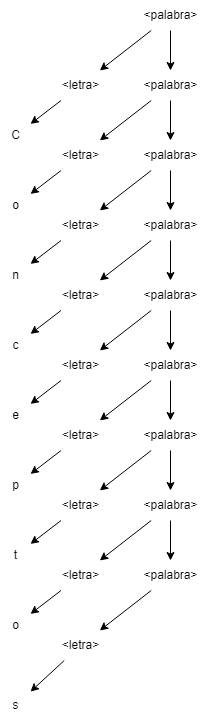
The draw.io diagram 1er_semestre/CPLP/Practicas/Practicas_resueltas/Practica_2/Ejercicio_8_a_CPLP.drawio.png in Pedro0604/3ro-LS-LI-APU, before a commit. Source tidied: cells renumbered, new cells last; positions are measured from the earlier drawing's top-left corner, leaving out a move shared by most shapes. Its diagram source:
```xml
<mxGraphModel>
  <root>
    <mxCell id="0" />
    <mxCell id="1" parent="0" />
    <mxCell id="2" style="edgeStyle=none;rounded=0;jettySize=auto;html=1;" parent="1" edge="1" source="4" target="6">
      <mxGeometry relative="1" as="geometry" />
    </mxCell>
    <mxCell id="3" style="edgeStyle=none;rounded=0;jettySize=auto;html=1;" parent="1" edge="1" source="4" target="9">
      <mxGeometry relative="1" as="geometry" />
    </mxCell>
    <mxCell id="4" value="&amp;lt;palabra&amp;gt;" style="text;html=1;align=center;verticalAlign=middle;points=[];strokeColor=none;fillColor=none;" parent="1" vertex="1">
      <mxGeometry x="130" width="80" height="30" as="geometry" />
    </mxCell>
    <mxCell id="5" style="edgeStyle=none;rounded=0;jettySize=auto;html=1;" parent="1" edge="1" source="6" target="28">
      <mxGeometry relative="1" as="geometry" />
    </mxCell>
    <mxCell id="6" value="&lt;div&gt;&amp;lt;letra&amp;gt;&lt;/div&gt;" style="text;html=1;align=center;verticalAlign=middle;points=[];strokeColor=none;fillColor=none;" parent="1" vertex="1">
      <mxGeometry x="50" y="70" width="60" height="30" as="geometry" />
    </mxCell>
    <mxCell id="7" style="edgeStyle=none;rounded=0;jettySize=auto;html=1;" parent="1" edge="1" source="9" target="12">
      <mxGeometry relative="1" as="geometry" />
    </mxCell>
    <mxCell id="8" style="edgeStyle=none;rounded=0;jettySize=auto;html=1;" parent="1" edge="1" source="9" target="23">
      <mxGeometry relative="1" as="geometry" />
    </mxCell>
    <mxCell id="9" value="&amp;lt;palabra&amp;gt;" style="text;html=1;align=center;verticalAlign=middle;points=[];strokeColor=none;fillColor=none;" parent="1" vertex="1">
      <mxGeometry x="130" y="70" width="80" height="30" as="geometry" />
    </mxCell>
    <mxCell id="10" style="edgeStyle=none;rounded=0;jettySize=auto;html=1;" parent="1" edge="1" source="12" target="15">
      <mxGeometry relative="1" as="geometry" />
    </mxCell>
    <mxCell id="11" style="edgeStyle=none;rounded=0;jettySize=auto;html=1;" parent="1" edge="1" source="12" target="26">
      <mxGeometry relative="1" as="geometry" />
    </mxCell>
    <mxCell id="12" value="&lt;div&gt;&amp;lt;palabra&amp;gt;&lt;br&gt;&lt;/div&gt;" style="text;html=1;align=center;verticalAlign=middle;points=[];strokeColor=none;fillColor=none;" parent="1" vertex="1">
      <mxGeometry x="130" y="140" width="80" height="30" as="geometry" />
    </mxCell>
    <mxCell id="13" style="edgeStyle=none;rounded=0;jettySize=auto;html=1;" parent="1" edge="1" source="15" target="18">
      <mxGeometry relative="1" as="geometry" />
    </mxCell>
    <mxCell id="14" style="edgeStyle=none;rounded=0;jettySize=auto;html=1;" parent="1" edge="1" source="15" target="30">
      <mxGeometry relative="1" as="geometry" />
    </mxCell>
    <mxCell id="15" value="&lt;div&gt;&amp;lt;palabra&amp;gt;&lt;br&gt;&lt;/div&gt;" style="text;html=1;align=center;verticalAlign=middle;points=[];strokeColor=none;fillColor=none;" parent="1" vertex="1">
      <mxGeometry x="130" y="210" width="80" height="30" as="geometry" />
    </mxCell>
    <mxCell id="16" style="edgeStyle=none;rounded=0;jettySize=auto;html=1;" parent="1" edge="1" source="18" target="21">
      <mxGeometry relative="1" as="geometry" />
    </mxCell>
    <mxCell id="17" style="edgeStyle=none;rounded=0;jettySize=auto;html=1;" parent="1" edge="1" source="18" target="32">
      <mxGeometry relative="1" as="geometry" />
    </mxCell>
    <mxCell id="18" value="&lt;div&gt;&amp;lt;palabra&amp;gt;&lt;br&gt;&lt;/div&gt;" style="text;html=1;align=center;verticalAlign=middle;points=[];strokeColor=none;fillColor=none;" parent="1" vertex="1">
      <mxGeometry x="130" y="280" width="80" height="30" as="geometry" />
    </mxCell>
    <mxCell id="19" style="edgeStyle=none;rounded=0;jettySize=auto;html=1;" parent="1" edge="1" source="21" target="35">
      <mxGeometry relative="1" as="geometry" />
    </mxCell>
    <mxCell id="20" style="edgeStyle=none;rounded=0;jettySize=auto;html=1;" parent="1" edge="1" source="21" target="37">
      <mxGeometry relative="1" as="geometry" />
    </mxCell>
    <mxCell id="21" value="&lt;div&gt;&amp;lt;palabra&amp;gt;&lt;br&gt;&lt;/div&gt;" style="text;html=1;align=center;verticalAlign=middle;points=[];strokeColor=none;fillColor=none;" parent="1" vertex="1">
      <mxGeometry x="130" y="350" width="80" height="30" as="geometry" />
    </mxCell>
    <mxCell id="22" style="edgeStyle=none;rounded=0;jettySize=auto;html=1;" parent="1" edge="1" source="23" target="24">
      <mxGeometry relative="1" as="geometry" />
    </mxCell>
    <mxCell id="23" value="&amp;lt;letra&amp;gt;" style="text;html=1;align=center;verticalAlign=middle;points=[];strokeColor=none;fillColor=none;" parent="1" vertex="1">
      <mxGeometry x="50" y="140" width="60" height="30" as="geometry" />
    </mxCell>
    <mxCell id="24" value="o" style="text;html=1;align=center;verticalAlign=middle;points=[];strokeColor=none;fillColor=none;" parent="1" vertex="1">
      <mxGeometry y="190" width="30" height="30" as="geometry" />
    </mxCell>
    <mxCell id="25" style="edgeStyle=none;rounded=0;jettySize=auto;html=1;" parent="1" edge="1" source="26" target="27">
      <mxGeometry relative="1" as="geometry" />
    </mxCell>
    <mxCell id="26" value="&amp;lt;letra&amp;gt;" style="text;html=1;align=center;verticalAlign=middle;points=[];strokeColor=none;fillColor=none;" parent="1" vertex="1">
      <mxGeometry x="50" y="210" width="60" height="30" as="geometry" />
    </mxCell>
    <mxCell id="27" value="n" style="text;html=1;align=center;verticalAlign=middle;points=[];strokeColor=none;fillColor=none;" parent="1" vertex="1">
      <mxGeometry y="260" width="30" height="30" as="geometry" />
    </mxCell>
    <mxCell id="28" value="C" style="text;html=1;align=center;verticalAlign=middle;points=[];strokeColor=none;fillColor=none;" parent="1" vertex="1">
      <mxGeometry y="120" width="30" height="30" as="geometry" />
    </mxCell>
    <mxCell id="29" style="edgeStyle=none;rounded=0;jettySize=auto;html=1;" parent="1" edge="1" source="30" target="43">
      <mxGeometry relative="1" as="geometry" />
    </mxCell>
    <mxCell id="30" value="&amp;lt;letra&amp;gt;" style="text;html=1;align=center;verticalAlign=middle;points=[];strokeColor=none;fillColor=none;" parent="1" vertex="1">
      <mxGeometry x="50" y="280" width="60" height="30" as="geometry" />
    </mxCell>
    <mxCell id="31" style="edgeStyle=none;rounded=0;jettySize=auto;html=1;" parent="1" edge="1" source="32" target="44">
      <mxGeometry relative="1" as="geometry" />
    </mxCell>
    <mxCell id="32" value="&amp;lt;letra&amp;gt;" style="text;html=1;align=center;verticalAlign=middle;points=[];strokeColor=none;fillColor=none;" parent="1" vertex="1">
      <mxGeometry x="50" y="350" width="60" height="30" as="geometry" />
    </mxCell>
    <mxCell id="33" style="edgeStyle=none;rounded=0;jettySize=auto;html=1;" parent="1" edge="1" source="35" target="39">
      <mxGeometry relative="1" as="geometry" />
    </mxCell>
    <mxCell id="34" style="edgeStyle=none;rounded=0;jettySize=auto;html=1;" parent="1" edge="1" source="35" target="42">
      <mxGeometry relative="1" as="geometry" />
    </mxCell>
    <mxCell id="35" value="&lt;div&gt;&amp;lt;palabra&amp;gt;&lt;br&gt;&lt;/div&gt;" style="text;html=1;align=center;verticalAlign=middle;points=[];strokeColor=none;fillColor=none;" parent="1" vertex="1">
      <mxGeometry x="130" y="420" width="80" height="30" as="geometry" />
    </mxCell>
    <mxCell id="36" style="edgeStyle=none;rounded=0;jettySize=auto;html=1;" parent="1" edge="1" source="37" target="45">
      <mxGeometry relative="1" as="geometry" />
    </mxCell>
    <mxCell id="37" value="&lt;div&gt;&amp;lt;letra&amp;gt;&lt;/div&gt;" style="text;html=1;align=center;verticalAlign=middle;points=[];strokeColor=none;fillColor=none;" parent="1" vertex="1">
      <mxGeometry x="50" y="420" width="60" height="30" as="geometry" />
    </mxCell>
    <mxCell id="38" style="edgeStyle=none;rounded=0;jettySize=auto;html=1;" parent="1" edge="1" source="39" target="46">
      <mxGeometry relative="1" as="geometry" />
    </mxCell>
    <mxCell id="39" value="&lt;div&gt;&amp;lt;letra&amp;gt;&lt;/div&gt;" style="text;html=1;align=center;verticalAlign=middle;points=[];strokeColor=none;fillColor=none;" parent="1" vertex="1">
      <mxGeometry x="50" y="490" width="60" height="30" as="geometry" />
    </mxCell>
    <mxCell id="40" style="edgeStyle=none;rounded=0;jettySize=auto;html=1;" parent="1" edge="1" source="42" target="48">
      <mxGeometry relative="1" as="geometry" />
    </mxCell>
    <mxCell id="41" style="edgeStyle=none;rounded=0;jettySize=auto;html=1;" parent="1" edge="1" source="42" target="50">
      <mxGeometry relative="1" as="geometry" />
    </mxCell>
    <mxCell id="42" value="&lt;div&gt;&amp;lt;palabra&amp;gt;&lt;br&gt;&lt;/div&gt;" style="text;html=1;align=center;verticalAlign=middle;points=[];strokeColor=none;fillColor=none;" parent="1" vertex="1">
      <mxGeometry x="130" y="490" width="80" height="30" as="geometry" />
    </mxCell>
    <mxCell id="43" value="c" style="text;html=1;align=center;verticalAlign=middle;points=[];strokeColor=none;fillColor=none;" parent="1" vertex="1">
      <mxGeometry y="330" width="30" height="30" as="geometry" />
    </mxCell>
    <mxCell id="44" value="e" style="text;html=1;align=center;verticalAlign=middle;points=[];strokeColor=none;fillColor=none;" parent="1" vertex="1">
      <mxGeometry y="400" width="30" height="30" as="geometry" />
    </mxCell>
    <mxCell id="45" value="p" style="text;html=1;align=center;verticalAlign=middle;points=[];strokeColor=none;fillColor=none;" parent="1" vertex="1">
      <mxGeometry y="470" width="30" height="30" as="geometry" />
    </mxCell>
    <mxCell id="46" value="t" style="text;html=1;align=center;verticalAlign=middle;points=[];strokeColor=none;fillColor=none;" parent="1" vertex="1">
      <mxGeometry y="540" width="30" height="30" as="geometry" />
    </mxCell>
    <mxCell id="47" style="edgeStyle=none;rounded=0;jettySize=auto;html=1;" parent="1" edge="1" source="48" target="53">
      <mxGeometry relative="1" as="geometry" />
    </mxCell>
    <mxCell id="48" value="&amp;lt;letra&amp;gt;" style="text;html=1;align=center;verticalAlign=middle;points=[];strokeColor=none;fillColor=none;" parent="1" vertex="1">
      <mxGeometry x="50" y="560" width="60" height="30" as="geometry" />
    </mxCell>
    <mxCell id="49" style="edgeStyle=none;rounded=0;jettySize=auto;html=1;" parent="1" edge="1" source="50" target="52">
      <mxGeometry relative="1" as="geometry" />
    </mxCell>
    <mxCell id="50" value="&lt;div&gt;&amp;lt;palabra&amp;gt;&lt;br&gt;&lt;/div&gt;" style="text;html=1;align=center;verticalAlign=middle;points=[];strokeColor=none;fillColor=none;" parent="1" vertex="1">
      <mxGeometry x="130" y="560" width="80" height="30" as="geometry" />
    </mxCell>
    <mxCell id="51" style="edgeStyle=none;rounded=0;jettySize=auto;html=1;" parent="1" edge="1" source="52" target="54">
      <mxGeometry relative="1" as="geometry" />
    </mxCell>
    <mxCell id="52" value="&amp;lt;letra&amp;gt;" style="text;html=1;align=center;verticalAlign=middle;points=[];strokeColor=none;fillColor=none;" parent="1" vertex="1">
      <mxGeometry x="50" y="630" width="60" height="30" as="geometry" />
    </mxCell>
    <mxCell id="53" value="o" style="text;html=1;align=center;verticalAlign=middle;points=[];strokeColor=none;fillColor=none;" parent="1" vertex="1">
      <mxGeometry y="610" width="30" height="30" as="geometry" />
    </mxCell>
    <mxCell id="54" value="s" style="text;html=1;align=center;verticalAlign=middle;points=[];strokeColor=none;fillColor=none;" parent="1" vertex="1">
      <mxGeometry y="690" width="30" height="30" as="geometry" />
    </mxCell>
  </root>
</mxGraphModel>
```
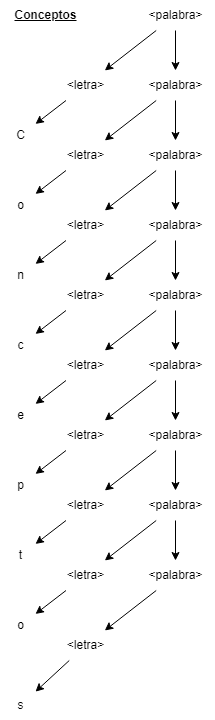
The same diagram one commit later.

Commit message:
CPLP - Practica 2

The edit, as a diff of the source:
```diff
@@ -161,5 +161,8 @@
     <mxCell id="54" value="s" style="text;html=1;align=center;verticalAlign=middle;points=[];strokeColor=none;fillColor=none;" parent="1" vertex="1">
       <mxGeometry y="690" width="30" height="30" as="geometry" />
     </mxCell>
+    <mxCell id="55" value="&lt;u&gt;&lt;b&gt;Conceptos&lt;/b&gt;&lt;/u&gt;" style="text;html=1;align=center;verticalAlign=middle;strokeColor=none;fillColor=none;" parent="1" vertex="1">
+      <mxGeometry x="-5" width="90" height="30" as="geometry" />
+    </mxCell>
   </root>
 </mxGraphModel>
```
